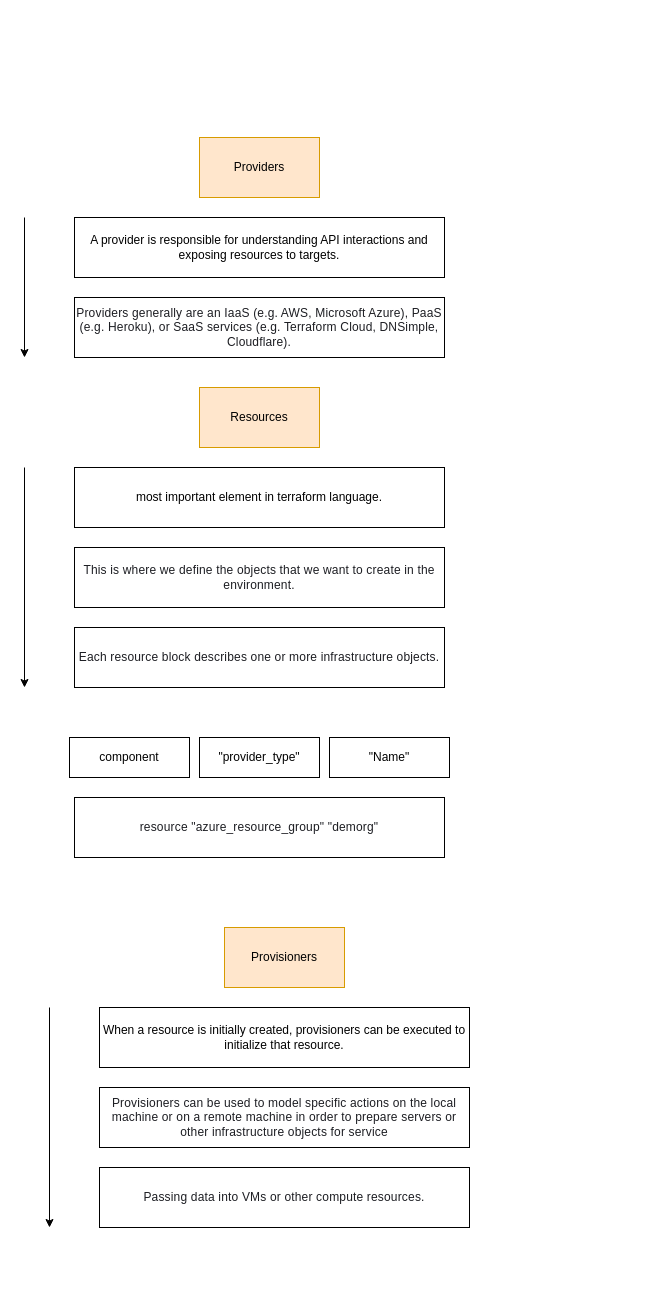
Above: page "03 - PRPE" (3 of 17) of Terraform.drawio in rikkhanna/Draw.io (draw.io), before the change. Source tidied: cells renumbered, new cells numbered last; positions are measured from the earlier drawing's top-left corner, leaving out a move shared by most shapes. Both pictures are drawn from the tidied source at 100%, with x=0, y=0 at pixel (24, 137).
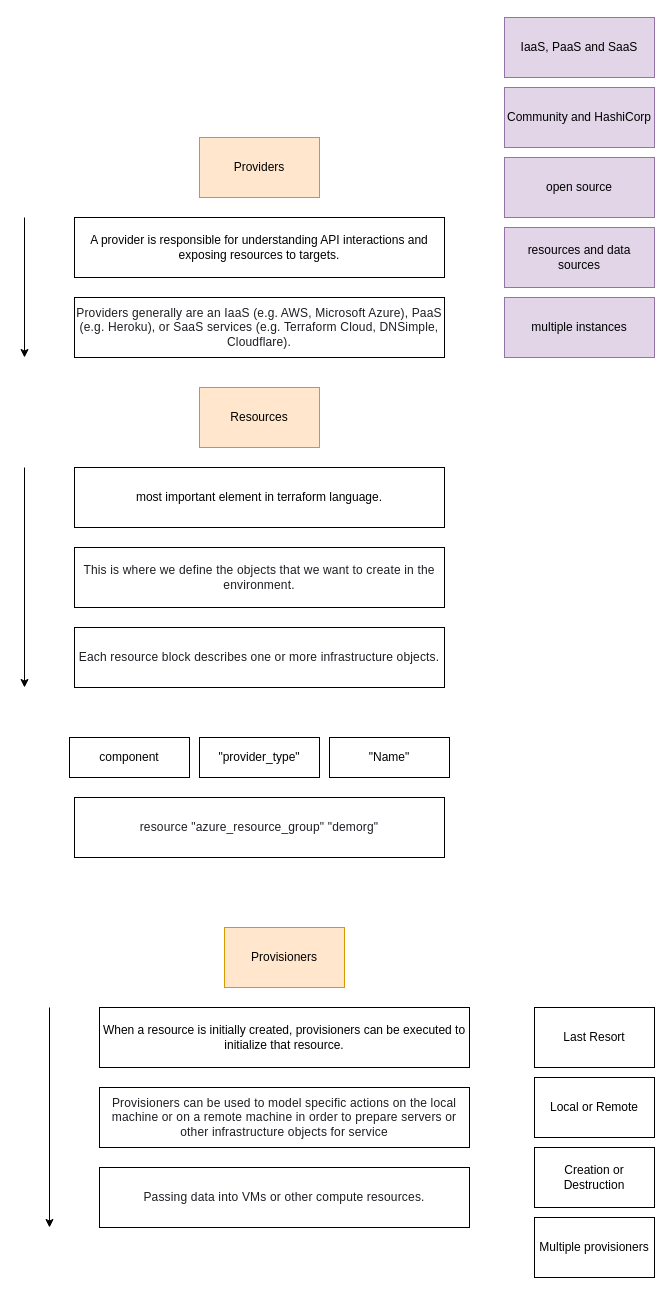
The same page after the edit.

Diff of the diagram source:
```diff
@@
+    <mxCell id="20" value="Last Resort" style="rounded=0;whiteSpace=wrap;html=1;" parent="1" vertex="1">
+      <mxGeometry x="510" y="870" width="120" height="60" as="geometry" />
+    </mxCell>
+    <mxCell id="21" value="Local or Remote" style="rounded=0;whiteSpace=wrap;html=1;" parent="1" vertex="1">
+      <mxGeometry x="510" y="940" width="120" height="60" as="geometry" />
+    </mxCell>
+    <mxCell id="22" value="Creation or Destruction" style="rounded=0;whiteSpace=wrap;html=1;" parent="1" vertex="1">
+      <mxGeometry x="510" y="1010" width="120" height="60" as="geometry" />
+    </mxCell>
+    <mxCell id="23" value="Multiple provisioners" style="rounded=0;whiteSpace=wrap;html=1;" parent="1" vertex="1">
+      <mxGeometry x="510" y="1080" width="120" height="60" as="geometry" />
+    </mxCell>
+    <mxCell id="24" value="IaaS, PaaS and SaaS" style="rounded=0;whiteSpace=wrap;html=1;fillColor=#e1d5e7;strokeColor=#9673a6;" parent="1" vertex="1">
+      <mxGeometry x="480" y="-120" width="150" height="60" as="geometry" />
+    </mxCell>
+    <mxCell id="25" value="Community and HashiCorp" style="rounded=0;whiteSpace=wrap;html=1;fillColor=#e1d5e7;strokeColor=#9673a6;" parent="1" vertex="1">
+      <mxGeometry x="480" y="-50" width="150" height="60" as="geometry" />
+    </mxCell>
+    <mxCell id="26" value="open source" style="rounded=0;whiteSpace=wrap;html=1;fillColor=#e1d5e7;strokeColor=#9673a6;" parent="1" vertex="1">
+      <mxGeometry x="480" y="20" width="150" height="60" as="geometry" />
+    </mxCell>
+    <mxCell id="27" value="resources and data sources" style="rounded=0;whiteSpace=wrap;html=1;fillColor=#e1d5e7;strokeColor=#9673a6;" parent="1" vertex="1">
+      <mxGeometry x="480" y="90" width="150" height="60" as="geometry" />
+    </mxCell>
+    <mxCell id="28" value="multiple instances" style="rounded=0;whiteSpace=wrap;html=1;fillColor=#e1d5e7;strokeColor=#9673a6;" parent="1" vertex="1">
+      <mxGeometry x="480" y="160" width="150" height="60" as="geometry" />
+    </mxCell>
```
